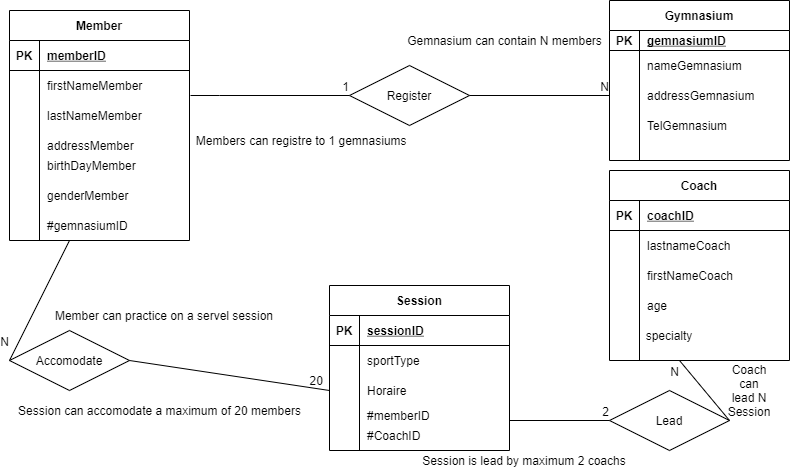
This is EntityRelationnelModel.png from RahmouniFerdaous/Entity_Relationnel_CheckPoint, a draw.io export, as it was before one commit. Source tidied: cells renumbered, new cells last; positions are measured from the earlier drawing's top-left corner, leaving out a move shared by most shapes.
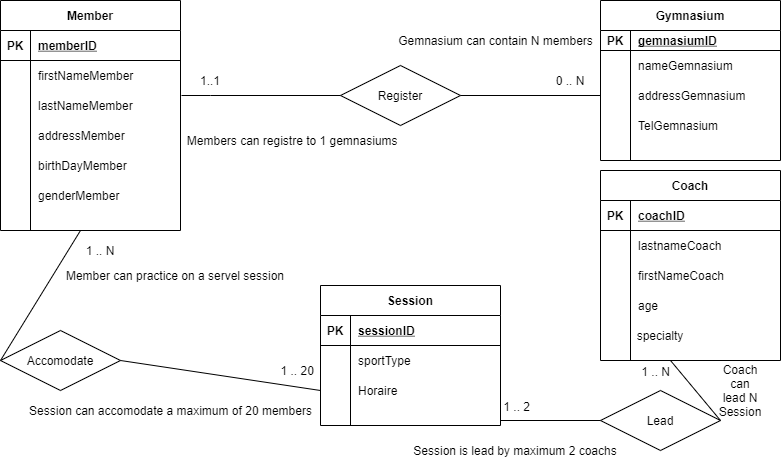
Later version of the same file.

What changed in the source:
```diff
@@ -3,7 +3,7 @@
     <mxCell id="0" />
     <mxCell id="1" parent="0" />
     <mxCell id="2" value="Member" style="shape=table;startSize=30;rowLines=0;fontStyle=1;align=center;" parent="1" vertex="1">
-      <mxGeometry y="10" width="180" height="230" as="geometry" />
+      <mxGeometry width="180" height="230" as="geometry" />
     </mxCell>
     <mxCell id="3" style="shape=partialRectangle;fillColor=none;top=0;left=0;bottom=1;right=0;" parent="2" vertex="1">
       <mxGeometry y="30" width="180" height="30" as="geometry" />
@@ -91,28 +91,19 @@
         </Array>
       </mxGeometry>
     </mxCell>
-    <mxCell id="30" value="1" style="html=1;align=right;verticalAlign=bottom;" parent="29" vertex="1">
-      <mxGeometry x="1" relative="1" as="geometry" />
-    </mxCell>
     <mxCell id="31" style="endArrow=none;html=1;rounded=0;entryX=0;entryY=0.5;entryDx=0;entryDy=0;" parent="1" edge="1" target="24">
       <mxGeometry relative="1" as="geometry">
         <mxPoint x="460" y="95" as="sourcePoint" />
       </mxGeometry>
     </mxCell>
-    <mxCell id="32" value="N" style="html=1;align=right;verticalAlign=bottom;" parent="31" vertex="1">
-      <mxGeometry x="1" relative="1" as="geometry" />
-    </mxCell>
     <mxCell id="33" value="Members can registre to 1 gemnasiums&amp;nbsp;&amp;nbsp;" style="text;html=1;align=center;verticalAlign=middle;strokeColor=none;" parent="1" vertex="1">
       <mxGeometry x="180" y="130" width="230" height="20" as="geometry" />
     </mxCell>
     <mxCell id="34" value="Gemnasium can contain N members" style="text;html=1;align=center;verticalAlign=middle;strokeColor=none;" parent="1" vertex="1">
       <mxGeometry x="390" y="30" width="210" height="20" as="geometry" />
     </mxCell>
-    <mxCell id="35" value="#gemnasiumID" style="shape=partialRectangle;fillColor=none;top=0;left=0;bottom=0;right=0;align=left;spacingLeft=6;overflow=hidden;" parent="1" vertex="1">
-      <mxGeometry x="30" y="210" width="150" height="30" as="geometry" />
-    </mxCell>
     <mxCell id="36" value="Session" style="shape=table;startSize=30;rowLines=0;fontStyle=1;align=center;strokeColor=#000000;fillColor=#ffffff;" parent="1" vertex="1">
-      <mxGeometry x="320" y="285" width="180" height="165" as="geometry" />
+      <mxGeometry x="320" y="285" width="180" height="140" as="geometry" />
     </mxCell>
     <mxCell id="37" style="shape=partialRectangle;fillColor=none;top=0;left=0;bottom=1;right=0;" parent="36" vertex="1">
       <mxGeometry y="30" width="180" height="30" as="geometry" />
@@ -142,13 +133,13 @@
       <mxGeometry x="30" width="150" height="30" as="geometry" />
     </mxCell>
     <mxCell id="46" style="shape=partialRectangle;fillColor=none;top=0;left=0;bottom=0;right=0;" parent="36" vertex="1">
-      <mxGeometry y="120" width="180" height="45" as="geometry" />
+      <mxGeometry y="120" width="180" height="20" as="geometry" />
     </mxCell>
     <mxCell id="47" style="shape=partialRectangle;fillColor=none;top=0;left=0;bottom=0;right=0;overflow=hidden;" parent="46" vertex="1">
-      <mxGeometry width="30" height="45" as="geometry" />
+      <mxGeometry width="30" height="20" as="geometry" />
     </mxCell>
     <mxCell id="48" style="shape=partialRectangle;fillColor=none;top=0;left=0;bottom=0;right=0;align=left;spacingLeft=6;overflow=hidden;" parent="46" vertex="1">
-      <mxGeometry x="30" width="150" height="45" as="geometry" />
+      <mxGeometry x="30" width="150" height="20" as="geometry" />
     </mxCell>
     <mxCell id="49" value="Accomodate" style="shape=rhombus;perimeter=rhombusPerimeter;whiteSpace=wrap;html=1;align=center;strokeColor=#000000;fillColor=#ffffff;" parent="1" vertex="1">
       <mxGeometry y="330" width="120" height="60" as="geometry" />
@@ -156,24 +147,19 @@
     <mxCell id="50" style="endArrow=none;html=1;rounded=0;exitX=1;exitY=0.5;exitDx=0;exitDy=0;entryX=0;entryY=0.5;entryDx=0;entryDy=0;" parent="1" edge="1" source="49" target="43">
       <mxGeometry relative="1" as="geometry" />
     </mxCell>
-    <mxCell id="51" value="&amp;nbsp;20" style="text;html=1;align=center;verticalAlign=middle;strokeColor=none;" parent="1" vertex="1">
-      <mxGeometry x="290" y="370" width="30" height="20" as="geometry" />
+    <mxCell id="51" value="&amp;nbsp;1 .. 20" style="text;html=1;align=center;verticalAlign=middle;strokeColor=none;" parent="1" vertex="1">
+      <mxGeometry x="270" y="360" width="50" height="20" as="geometry" />
     </mxCell>
     <mxCell id="52" style="endArrow=none;html=1;rounded=0;entryX=0;entryY=0.5;entryDx=0;entryDy=0;" parent="1" edge="1" target="49">
       <mxGeometry relative="1" as="geometry">
-        <mxPoint x="60" y="240" as="sourcePoint" />
+        <mxPoint x="80" y="230" as="sourcePoint" />
       </mxGeometry>
     </mxCell>
-    <mxCell id="53" value="N" style="html=1;align=right;verticalAlign=bottom;" parent="52" vertex="1">
-      <mxGeometry x="1" relative="1" as="geometry">
-        <mxPoint y="-10" as="offset" />
-      </mxGeometry>
-    </mxCell>
     <mxCell id="54" value="Session can accomodate a maximum of 20 members" style="text;html=1;align=center;verticalAlign=middle;strokeColor=none;" parent="1" vertex="1">
-      <mxGeometry y="400" width="300" height="20" as="geometry" />
+      <mxGeometry x="20" y="400" width="300" height="20" as="geometry" />
     </mxCell>
     <mxCell id="55" value="Member can practice on a servel session" style="text;html=1;strokeColor=none;fillColor=none;align=center;verticalAlign=middle;whiteSpace=wrap;rounded=0;" parent="1" vertex="1">
-      <mxGeometry x="30" y="310" width="250" height="10" as="geometry" />
+      <mxGeometry x="50" y="270" width="250" height="10" as="geometry" />
     </mxCell>
     <mxCell id="56" value="Coach" style="shape=table;startSize=30;rowLines=0;fontStyle=1;align=center;strokeColor=#000000;fillColor=#ffffff;" parent="1" vertex="1">
       <mxGeometry x="600" y="170" width="180" height="190" as="geometry" />
@@ -229,30 +215,35 @@
         <mxPoint x="600" y="420" as="targetPoint" />
       </mxGeometry>
     </mxCell>
-    <mxCell id="73" value="2" style="html=1;align=right;verticalAlign=bottom;" parent="72" vertex="1">
-      <mxGeometry x="1" relative="1" as="geometry" />
+    <mxCell id="73" value="1 .. 2" style="html=1;align=right;verticalAlign=bottom;" parent="72" vertex="1">
+      <mxGeometry x="1" relative="1" as="geometry">
+        <mxPoint x="-70" y="-5" as="offset" />
+      </mxGeometry>
     </mxCell>
     <mxCell id="74" style="endArrow=none;html=1;rounded=0;exitX=1;exitY=0.5;exitDx=0;exitDy=0;" parent="1" edge="1" source="71">
       <mxGeometry relative="1" as="geometry">
         <mxPoint x="670" y="360" as="targetPoint" />
       </mxGeometry>
     </mxCell>
-    <mxCell id="75" value="N" style="html=1;align=right;verticalAlign=bottom;" parent="74" vertex="1">
+    <mxCell id="75" value="1 .. N" style="html=1;align=right;verticalAlign=bottom;" parent="74" vertex="1">
       <mxGeometry x="1" relative="1" as="geometry">
         <mxPoint y="20" as="offset" />
       </mxGeometry>
     </mxCell>
     <mxCell id="76" value="Session is lead by maximum 2 coachs" style="text;html=1;strokeColor=none;fillColor=none;align=center;verticalAlign=middle;whiteSpace=wrap;rounded=0;" parent="1" vertex="1">
-      <mxGeometry x="390" y="450" width="250" height="20" as="geometry" />
+      <mxGeometry x="390" y="440" width="250" height="20" as="geometry" />
     </mxCell>
     <mxCell id="77" value="Coach can lead N Session" style="text;html=1;strokeColor=none;fillColor=none;align=center;verticalAlign=middle;whiteSpace=wrap;rounded=0;" parent="1" vertex="1">
       <mxGeometry x="720" y="380" width="40" height="20" as="geometry" />
     </mxCell>
-    <mxCell id="78" value="#memberID" style="shape=partialRectangle;fillColor=none;top=0;left=0;bottom=0;right=0;align=left;spacingLeft=6;overflow=hidden;" parent="1" vertex="1">
-      <mxGeometry x="350" y="400" width="150" height="30" as="geometry" />
-    </mxCell>
-    <mxCell id="79" value="#CoachID" style="shape=partialRectangle;fillColor=none;top=0;left=0;bottom=0;right=0;align=left;spacingLeft=6;overflow=hidden;" parent="1" vertex="1">
-      <mxGeometry x="350" y="420" width="150" height="30" as="geometry" />
-    </mxCell>
+    <mxCell id="80" value="1..1" style="text;html=1;strokeColor=none;fillColor=none;align=center;verticalAlign=middle;whiteSpace=wrap;rounded=0;" parent="1" vertex="1">
+      <mxGeometry x="190" y="70" width="40" height="20" as="geometry" />
+    </mxCell>
+    <mxCell id="81" value="0 .. N" style="text;html=1;strokeColor=none;fillColor=none;align=center;verticalAlign=middle;whiteSpace=wrap;rounded=0;" parent="1" vertex="1">
+      <mxGeometry x="550" y="70" width="40" height="20" as="geometry" />
+    </mxCell>
+    <mxCell id="82" value="1 .. N" style="text;html=1;strokeColor=none;fillColor=none;align=center;verticalAlign=middle;whiteSpace=wrap;rounded=0;" parent="1" vertex="1">
+      <mxGeometry x="80" y="240" width="40" height="20" as="geometry" />
+    </mxCell>
   </root>
 </mxGraphModel>
```
